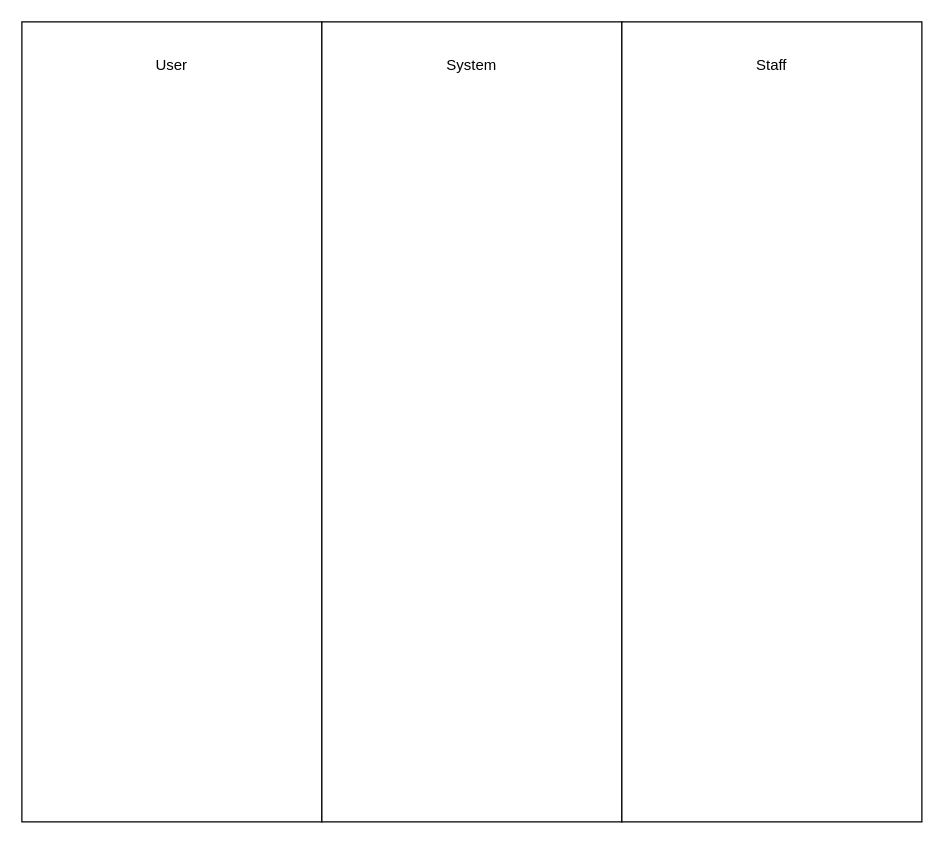
This is Untitled Diagram.drawio from Mitali2700/ProductManager101, a draw.io file, before an edit. Source tidied: cells renumbered, new cells numbered last; positions are measured from the earlier drawing's top-left corner, leaving out a move shared by most shapes. Both pictures are drawn from the tidied source at 125%, with x=0, y=0 at pixel (21, 21).
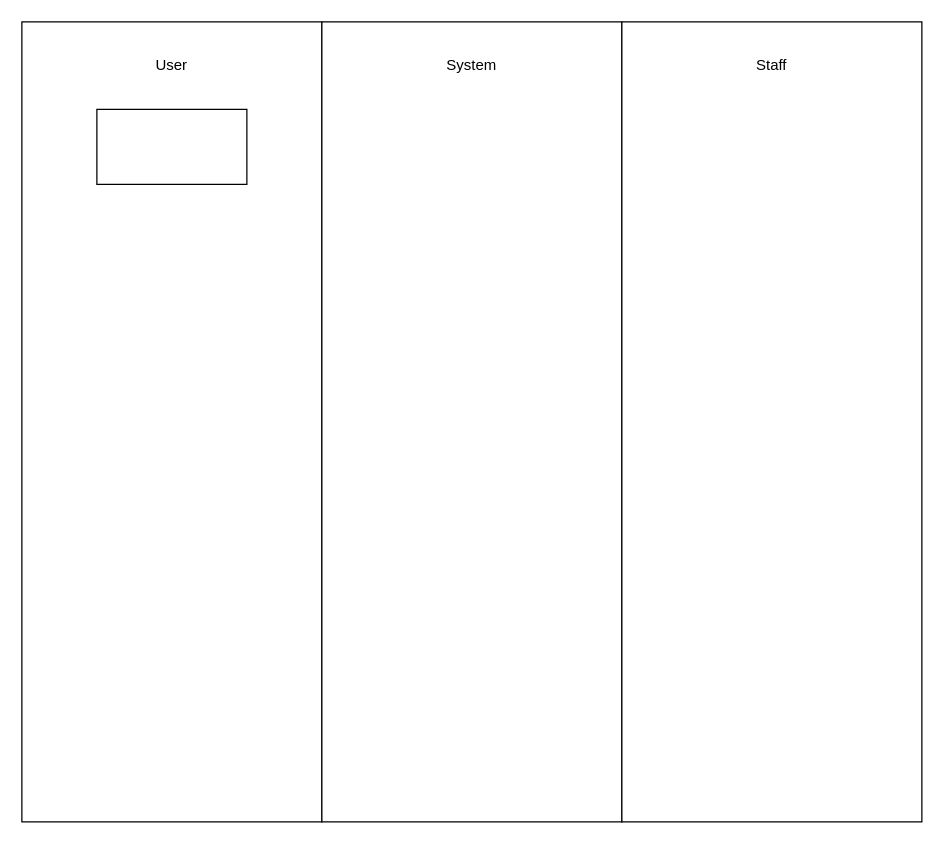
After the change.

Diff of the diagram source:
```diff
@@
 <mxGraphModel>
   <root>
     <mxCell id="0" />
     <mxCell id="1" parent="0" />
     <mxCell id="2" style="rounded=0;whiteSpace=wrap;html=1;" parent="1" vertex="1">
       <mxGeometry width="240" height="640" as="geometry" />
     </mxCell>
     <mxCell id="3" style="rounded=0;whiteSpace=wrap;html=1;" parent="1" vertex="1">
       <mxGeometry x="240" width="240" height="640" as="geometry" />
     </mxCell>
     <mxCell id="4" style="rounded=0;whiteSpace=wrap;html=1;" parent="1" vertex="1">
       <mxGeometry x="480" width="240" height="640" as="geometry" />
     </mxCell>
     <mxCell id="5" value="User" style="text;html=1;align=center;verticalAlign=middle;whiteSpace=wrap;rounded=0;" parent="1" vertex="1">
       <mxGeometry x="90" y="20" width="60" height="30" as="geometry" />
     </mxCell>
     <mxCell id="6" value="System" style="text;html=1;align=center;verticalAlign=middle;whiteSpace=wrap;rounded=0;" parent="1" vertex="1">
       <mxGeometry x="330" y="20" width="60" height="30" as="geometry" />
     </mxCell>
     <mxCell id="7" value="Staff" style="text;html=1;align=center;verticalAlign=middle;whiteSpace=wrap;rounded=0;" parent="1" vertex="1">
       <mxGeometry x="570" y="20" width="60" height="30" as="geometry" />
     </mxCell>
+    <mxCell id="8" style="rounded=0;whiteSpace=wrap;html=1;" parent="1" vertex="1">
+      <mxGeometry x="60" y="70" width="120" height="60" as="geometry" />
+    </mxCell>
   </root>
 </mxGraphModel>
```
